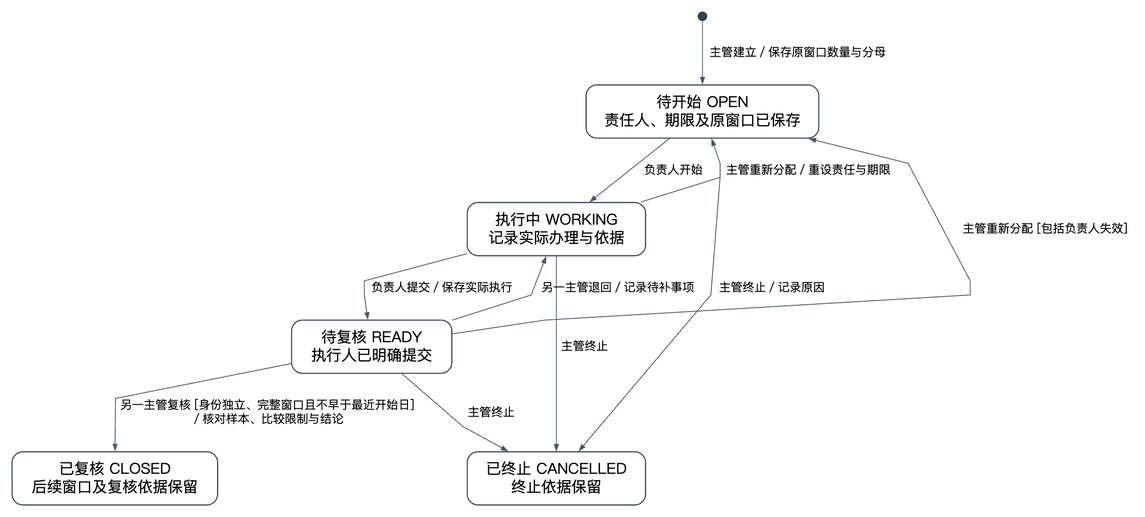
Before: docs/diagrams/improvement_state.png, a diagram exported from Graphviz (Zhang646967/adc-dental-clinic). Its source is kept beside it as docs/diagrams/improvement_state.dot. The source it was exported from:
```dot
digraph G {
 graph [rankdir=TB,bgcolor="white",pad=.2,nodesep=.8,ranksep=.82,splines=polyline];
 node [shape=box,style=rounded,fontname="Noto Sans CJK SC",fontsize=18,margin=".2,.14",color="#334155",penwidth=1.3];
 edge [fontname="Noto Sans CJK SC",fontsize=14,color="#475569",arrowsize=.7];
 initial [shape=point,width=.14];
 OPEN [label="待开始 OPEN\n责任人、期限及原窗口已保存"];
 WORKING [label="执行中 WORKING\n记录实际办理与依据"];
 READY [label="待复核 READY\n执行人已明确提交"];
 CLOSED [label="已复核 CLOSED\n后续窗口及复核依据保留"];
 CANCELLED [label="已终止 CANCELLED\n终止依据保留"];
 initial -> OPEN [label="主管建立／保存原窗口数量与分母"];
 OPEN -> WORKING [label="负责人开始"];
 WORKING -> READY [label="负责人提交／保存实际执行"];
 READY -> WORKING [label="另一主管退回／记录待补事项",constraint=false];
 READY -> CLOSED [label="另一主管复核 [身份独立、完整窗口且不早于最近开始日]\n／核对样本、比较限制与结论"];
 WORKING -> OPEN [label="主管重新分配／重设责任与期限",constraint=false];
 READY -> OPEN [label="主管重新分配 [包括负责人失效]",constraint=false];
 OPEN -> CANCELLED [label="主管终止／记录原因"];
 WORKING -> CANCELLED [label="主管终止"];
 READY -> CANCELLED [label="主管终止"];
 {rank=same;CLOSED;CANCELLED;}
 }
```
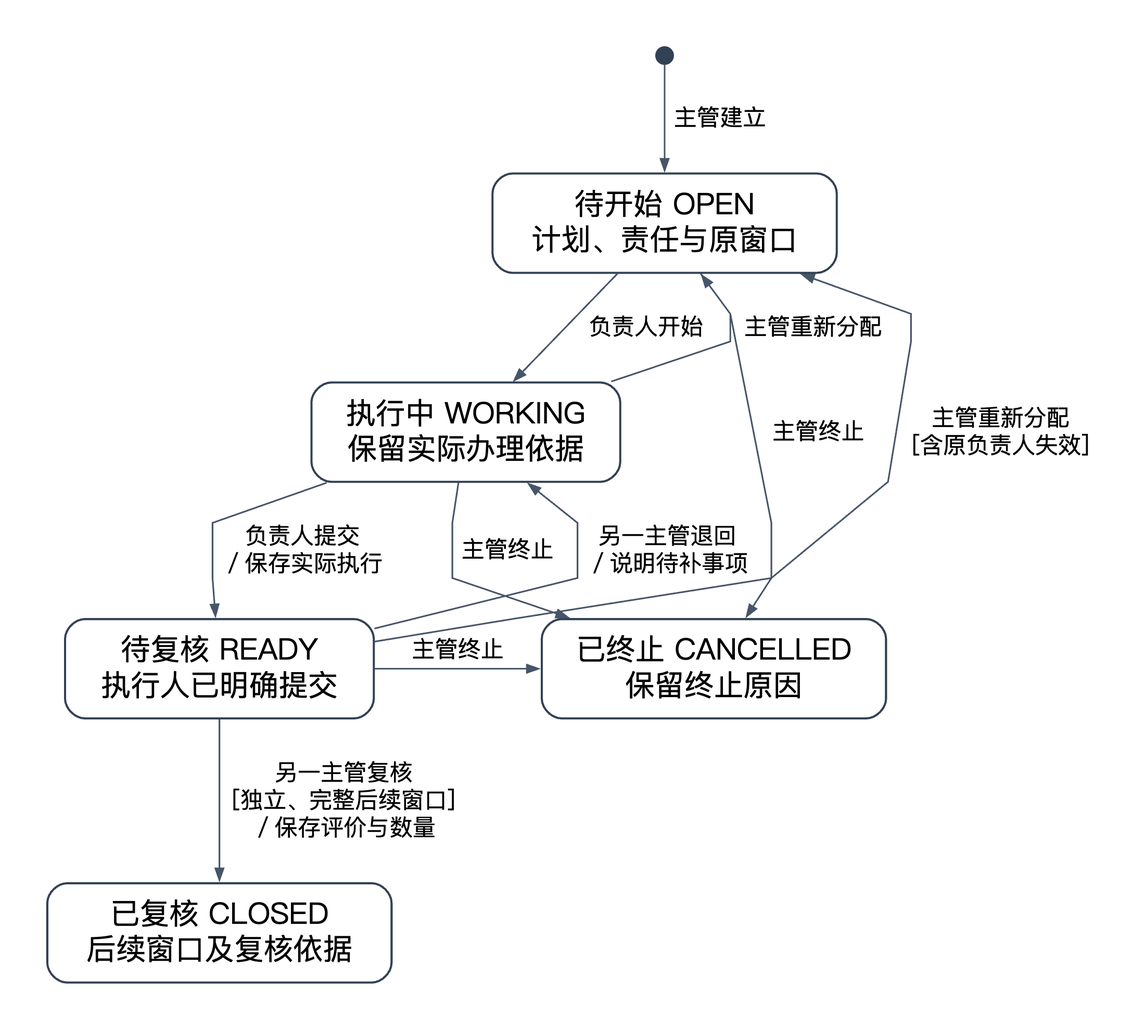
The same diagram one commit later.

Diff of the diagram source:
```diff
@@ -1,22 +1,22 @@
 digraph G {
- graph [rankdir=TB,bgcolor="white",pad=.2,nodesep=.8,ranksep=.82,splines=polyline];
- node [shape=box,style=rounded,fontname="Noto Sans CJK SC",fontsize=18,margin=".2,.14",color="#334155",penwidth=1.3];
+ graph [rankdir=TB,bgcolor="white",pad=.4,nodesep=.5,ranksep=.7,splines=polyline];
+ node [shape=box,style=rounded,fontname="Noto Sans CJK SC",fontsize=18,margin=".18,.12",color="#334155",penwidth=1.3];
  edge [fontname="Noto Sans CJK SC",fontsize=14,color="#475569",arrowsize=.7];
  initial [shape=point,width=.14];
- OPEN [label="待开始 OPEN\n责任人、期限及原窗口已保存"];
- WORKING [label="执行中 WORKING\n记录实际办理与依据"];
+ OPEN [label="待开始 OPEN\n计划、责任与原窗口"];
+ WORKING [label="执行中 WORKING\n保留实际办理依据"];
  READY [label="待复核 READY\n执行人已明确提交"];
- CLOSED [label="已复核 CLOSED\n后续窗口及复核依据保留"];
- CANCELLED [label="已终止 CANCELLED\n终止依据保留"];
- initial -> OPEN [label="主管建立／保存原窗口数量与分母"];
+ CLOSED [label="已复核 CLOSED\n后续窗口及复核依据"];
+ CANCELLED [label="已终止 CANCELLED\n保留终止原因"];
+ initial -> OPEN [label="主管建立"];
  OPEN -> WORKING [label="负责人开始"];
- WORKING -> READY [label="负责人提交／保存实际执行"];
- READY -> WORKING [label="另一主管退回／记录待补事项",constraint=false];
- READY -> CLOSED [label="另一主管复核 [身份独立、完整窗口且不早于最近开始日]\n／核对样本、比较限制与结论"];
- WORKING -> OPEN [label="主管重新分配／重设责任与期限",constraint=false];
- READY -> OPEN [label="主管重新分配 [包括负责人失效]",constraint=false];
- OPEN -> CANCELLED [label="主管终止／记录原因"];
+ WORKING -> READY [label="负责人提交\n／保存实际执行"];
+ READY -> CLOSED [label="另一主管复核\n[独立、完整后续窗口]\n／保存评价与数量"];
+ READY -> WORKING [label="另一主管退回\n／说明待补事项",constraint=false];
+ WORKING -> OPEN [label="主管重新分配",constraint=false];
+ READY -> OPEN [label="主管重新分配\n[含原负责人失效]",constraint=false];
+ OPEN -> CANCELLED [label="主管终止"];
  WORKING -> CANCELLED [label="主管终止"];
  READY -> CANCELLED [label="主管终止"];
- {rank=same;CLOSED;CANCELLED;}
+ {rank=same;READY;CANCELLED;}
  }
```
